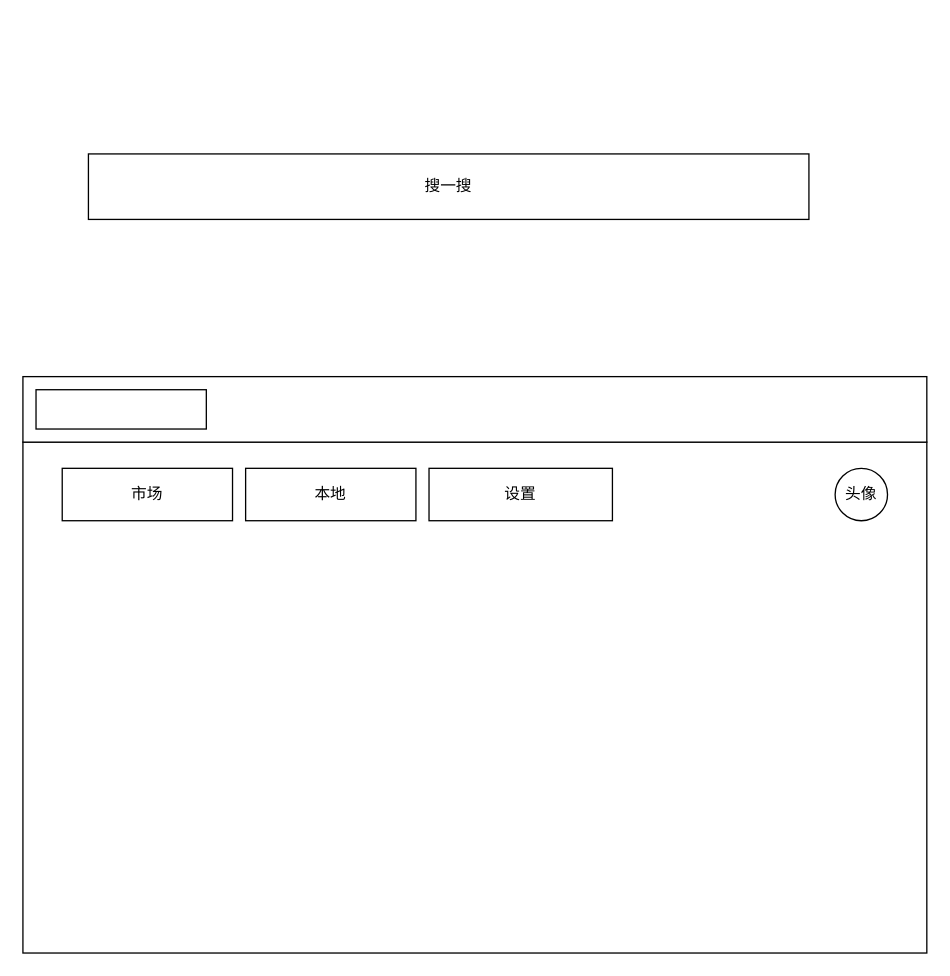
The draw.io diagram plugin-box.drawio in heyingjiee/draw, before the edit. Source tidied: cells renumbered, new cells numbered last; positions are measured from the earlier drawing's top-left corner, leaving out a move shared by most shapes. Both pictures are drawn from the tidied source at 131%, with x=0, y=0 at pixel (22, 153).
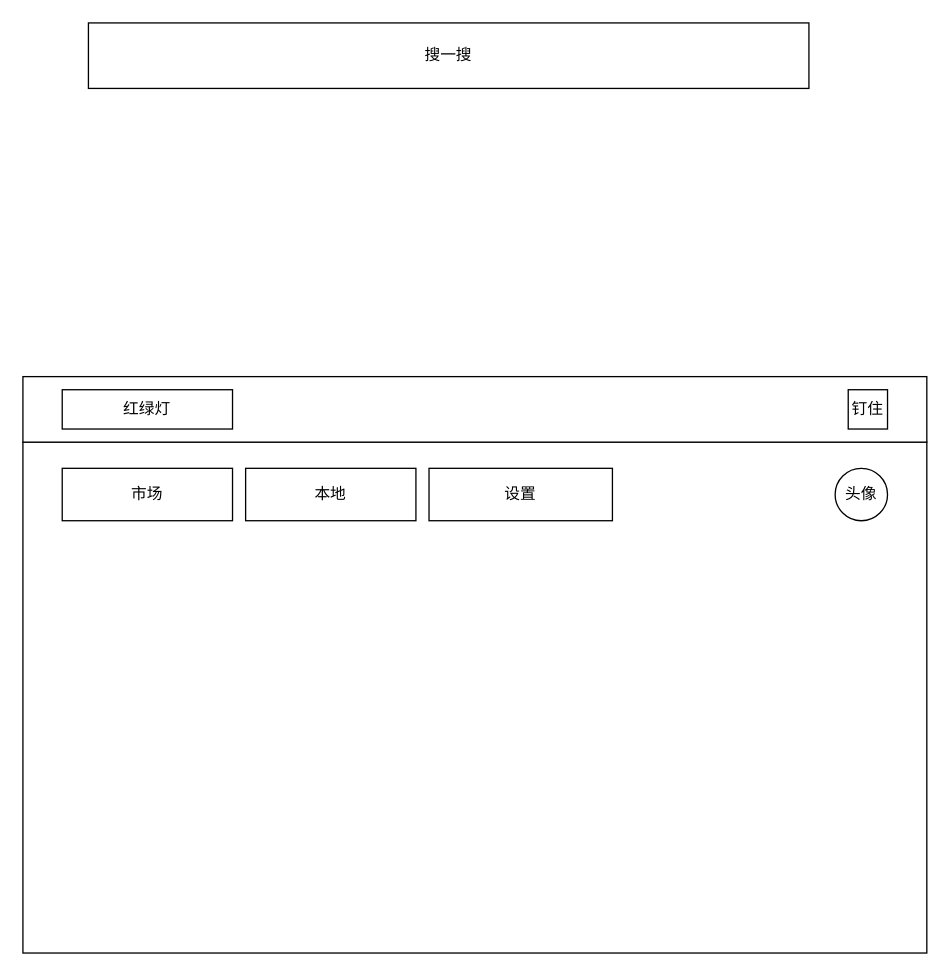
Above is the later version.

The edit, as a diff of the source:
```diff
@@
 <mxGraphModel background="#ffffff">
   <root>
     <mxCell id="0" />
     <mxCell id="1" parent="0" />
     <mxCell id="2" style="rounded=0;whiteSpace=wrap;html=1;" parent="1" vertex="1">
       <mxGeometry y="220" width="690" height="390" as="geometry" />
     </mxCell>
     <mxCell id="3" value="市场" style="rounded=0;whiteSpace=wrap;html=1;" parent="1" vertex="1">
       <mxGeometry x="30" y="240" width="130" height="40" as="geometry" />
     </mxCell>
     <mxCell id="4" value="本地" style="rounded=0;whiteSpace=wrap;html=1;" parent="1" vertex="1">
       <mxGeometry x="170" y="240" width="130" height="40" as="geometry" />
     </mxCell>
     <mxCell id="5" value="设置" style="rounded=0;whiteSpace=wrap;html=1;" parent="1" vertex="1">
       <mxGeometry x="310" y="240" width="140" height="40" as="geometry" />
     </mxCell>
     <mxCell id="6" value="头像" style="ellipse;whiteSpace=wrap;html=1;" parent="1" vertex="1">
       <mxGeometry x="620" y="240" width="40" height="40" as="geometry" />
     </mxCell>
     <mxCell id="7" value="搜一搜" style="rounded=0;whiteSpace=wrap;html=1;" parent="1" vertex="1">
-      <mxGeometry x="50" width="550" height="50" as="geometry" />
+      <mxGeometry x="50" y="-100" width="550" height="50" as="geometry" />
     </mxCell>
     <mxCell id="8" style="rounded=0;whiteSpace=wrap;html=1;" parent="1" vertex="1">
       <mxGeometry y="170" width="690" height="50" as="geometry" />
     </mxCell>
-    <mxCell id="9" style="rounded=0;whiteSpace=wrap;html=1;" parent="1" vertex="1">
-      <mxGeometry x="10" y="180" width="130" height="30" as="geometry" />
+    <mxCell id="9" value="红绿灯" style="rounded=0;whiteSpace=wrap;html=1;" parent="1" vertex="1">
+      <mxGeometry x="30" y="180" width="130" height="30" as="geometry" />
     </mxCell>
+    <mxCell id="10" value="钉住" style="rounded=0;whiteSpace=wrap;html=1;" parent="1" vertex="1">
+      <mxGeometry x="630" y="180" width="30" height="30" as="geometry" />
+    </mxCell>
   </root>
 </mxGraphModel>
```
